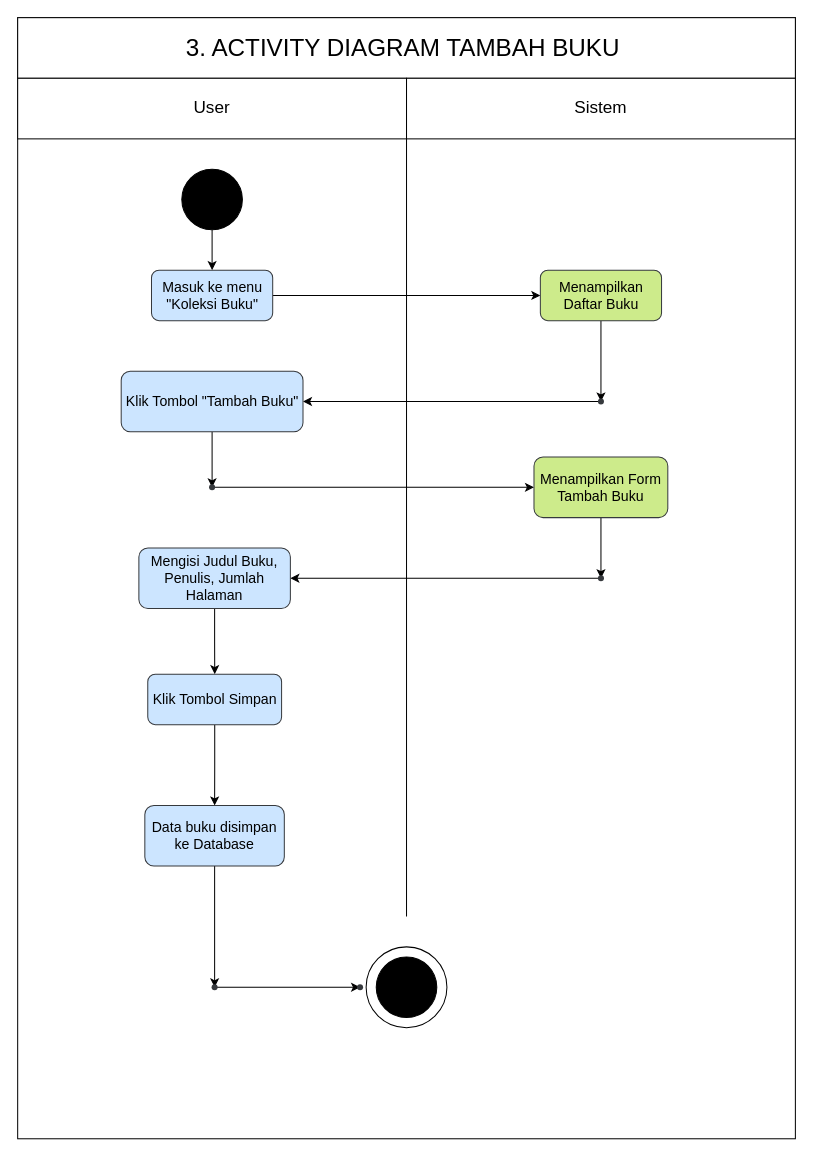
Earlier version of the draw.io diagram UML/ACTIVITY DIAGRAM/TAMBAH_BUKU_Diagram.drawio (dandyramadhan/kel4_RPL_R7P). Source tidied: cells renumbered, new cells numbered last; positions are measured from the earlier drawing's top-left corner, leaving out a move shared by most shapes. Both pictures are drawn from the tidied source at 101%, with x=0, y=0 at pixel (17, 17).
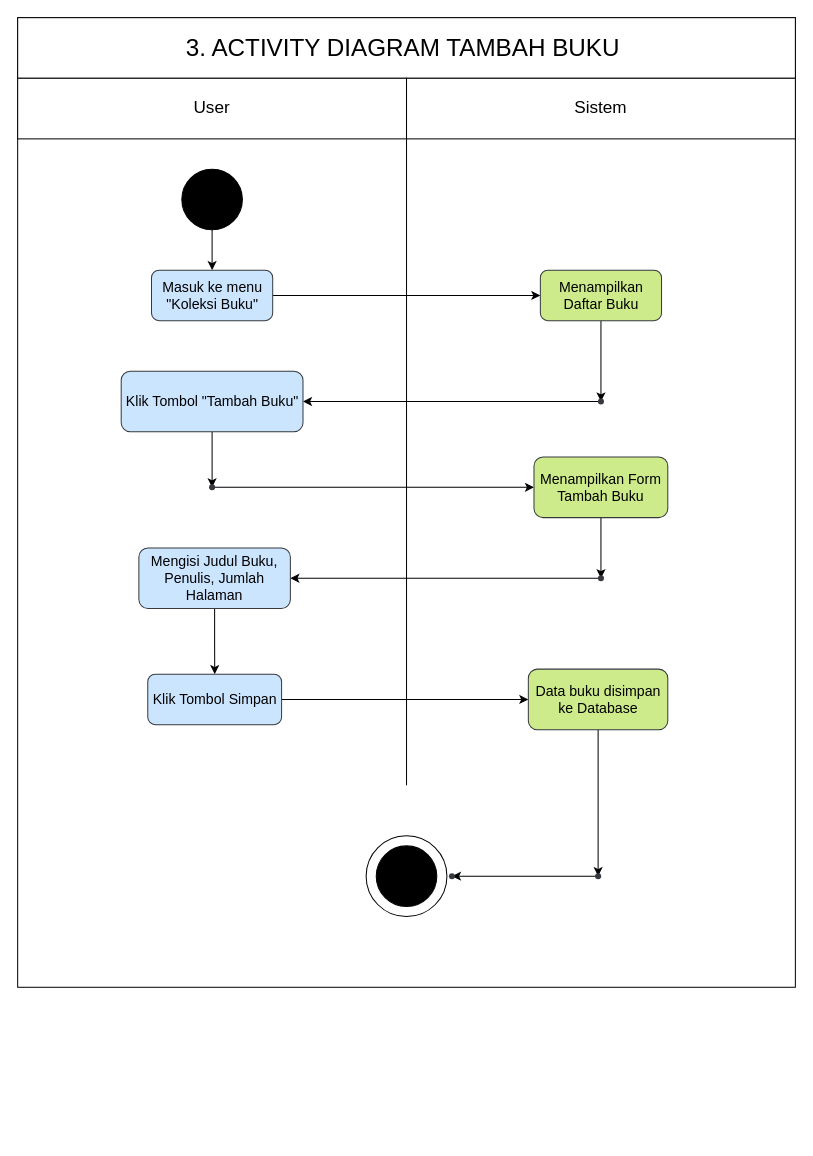
After the change.

Commit message (it also covers changes not shown here):
Sequence Diagram progress, update Activity Diagram

Unchanged cells that the change refers to:
```xml
<mxCell id="5" value="&lt;font style=&quot;font-size: 17px;&quot;&gt;Sistem&lt;/font&gt;" style="rounded=0;whiteSpace=wrap;html=1;strokeColor=default;align=center;verticalAlign=middle;fontFamily=Helvetica;fontSize=12;fontColor=default;fillColor=default;" parent="1" vertex="1">
  <mxGeometry x="385" y="60" width="385" height="60" as="geometry" />
</mxCell>
<mxCell id="26" value="&lt;font style=&quot;font-size: 14px;&quot;&gt;Klik Tombol Simpan&lt;/font&gt;" style="whiteSpace=wrap;html=1;fillColor=#cce5ff;strokeColor=#36393d;rounded=1;" parent="1" vertex="1">
  <mxGeometry x="128.8" y="650" width="132.5" height="50" as="geometry" />
</mxCell>
```

Diff of the diagram source:
```diff
@@
     <mxCell id="2" style="whiteSpace=wrap;html=1;strokeColor=default;align=center;verticalAlign=middle;fontFamily=Helvetica;fontSize=12;fontColor=default;fillColor=default;" parent="1" vertex="1">
-      <mxGeometry width="770" height="1110" as="geometry" />
+      <mxGeometry width="770" height="960" as="geometry" />
     </mxCell>
@@
     <mxCell id="6" style="endArrow=none;html=1;rounded=0;entryX=0;entryY=1;entryDx=0;entryDy=0;" parent="1" edge="1" target="5">
       <mxGeometry relative="1" as="geometry">
-        <mxPoint x="385" y="890" as="sourcePoint" />
+        <mxPoint x="385" y="760" as="sourcePoint" />
       </mxGeometry>
     </mxCell>
@@
-    <mxCell id="25" style="edgeStyle=orthogonalEdgeStyle;rounded=0;jettySize=auto;html=1;" parent="1" edge="1" source="26" target="28">
+    <mxCell id="25" style="edgeStyle=orthogonalEdgeStyle;rounded=0;jettySize=auto;html=1;entryX=0;entryY=0.5;entryDx=0;entryDy=0;" parent="1" edge="1" source="26" target="28">
       <mxGeometry relative="1" as="geometry" />
     </mxCell>
@@
-    <mxCell id="27" style="edgeStyle=orthogonalEdgeStyle;rounded=0;jettySize=auto;html=1;" parent="1" edge="1" source="28" target="33">
-      <mxGeometry relative="1" as="geometry" />
-    </mxCell>
+    <mxCell id="35" style="edgeStyle=orthogonalEdgeStyle;rounded=0;jettySize=auto;html=1;" parent="1" edge="1" source="28" target="37">
+      <mxGeometry relative="1" as="geometry" />
+    </mxCell>
-    <mxCell id="28" value="&lt;font style=&quot;font-size: 14px;&quot;&gt;Data buku disimpan ke Database&lt;/font&gt;" style="whiteSpace=wrap;html=1;fillColor=#cce5ff;strokeColor=#36393d;rounded=1;" parent="1" vertex="1">
-      <mxGeometry x="125.9" y="780" width="138.1" height="60" as="geometry" />
+    <mxCell id="28" value="&lt;font style=&quot;font-size: 14px;&quot;&gt;Data buku disimpan ke Database&lt;/font&gt;" style="whiteSpace=wrap;html=1;fillColor=#cdeb8b;strokeColor=#36393d;rounded=1;" parent="1" vertex="1">
+      <mxGeometry x="505.6" y="645" width="138.1" height="60" as="geometry" />
     </mxCell>
     <mxCell id="29" style="group;" parent="1" vertex="1">
-      <mxGeometry x="345" y="920" width="80" height="80" as="geometry" />
+      <mxGeometry x="345" y="810" width="80" height="80" as="geometry" />
     </mxCell>
@@
-    <mxCell id="32" style="edgeStyle=orthogonalEdgeStyle;rounded=0;jettySize=auto;html=1;" parent="1" edge="1" source="33" target="34">
-      <mxGeometry relative="1" as="geometry" />
-    </mxCell>
-    <mxCell id="33" style="shape=waypoint;sketch=0;size=6;points=[];fillColor=#cce5ff;perimeter=centerPerimeter;snapToPoint=1;strokeColor=#36393d;rounded=1;" parent="1" vertex="1">
-      <mxGeometry x="185" y="950" width="20" height="20" as="geometry" />
-    </mxCell>
-    <mxCell id="34" style="shape=waypoint;sketch=0;size=6;points=[];fillColor=#cce5ff;perimeter=centerPerimeter;snapToPoint=1;strokeColor=#36393d;rounded=1;" parent="1" vertex="1">
-      <mxGeometry x="329" y="950" width="20" height="20" as="geometry" />
-    </mxCell>
+    <mxCell id="36" style="edgeStyle=orthogonalEdgeStyle;rounded=0;jettySize=auto;html=1;" parent="1" edge="1" source="37" target="38">
+      <mxGeometry relative="1" as="geometry" />
+    </mxCell>
+    <mxCell id="37" style="shape=waypoint;sketch=0;size=6;points=[];fillColor=#cdeb8b;perimeter=centerPerimeter;snapToPoint=1;strokeColor=#36393d;rounded=1;" parent="1" vertex="1">
+      <mxGeometry x="564.7" y="840" width="20" height="20" as="geometry" />
+    </mxCell>
+    <mxCell id="38" style="shape=waypoint;sketch=0;size=6;points=[];fillColor=#cdeb8b;perimeter=centerPerimeter;snapToPoint=1;strokeColor=#36393d;rounded=1;" parent="1" vertex="1">
+      <mxGeometry x="420" y="840" width="20" height="20" as="geometry" />
+    </mxCell>
```
